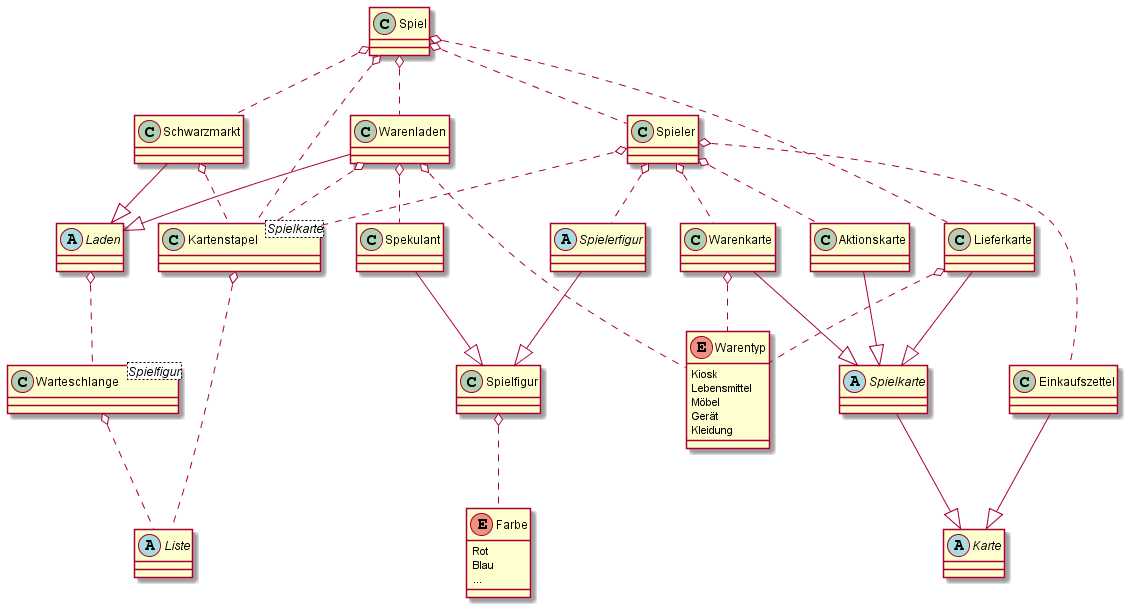
This is docs/diagrams/out/architecture_overview/architecture_overview.png from Robintobin/Kolejka, a PlantUML export, as it was before one commit.
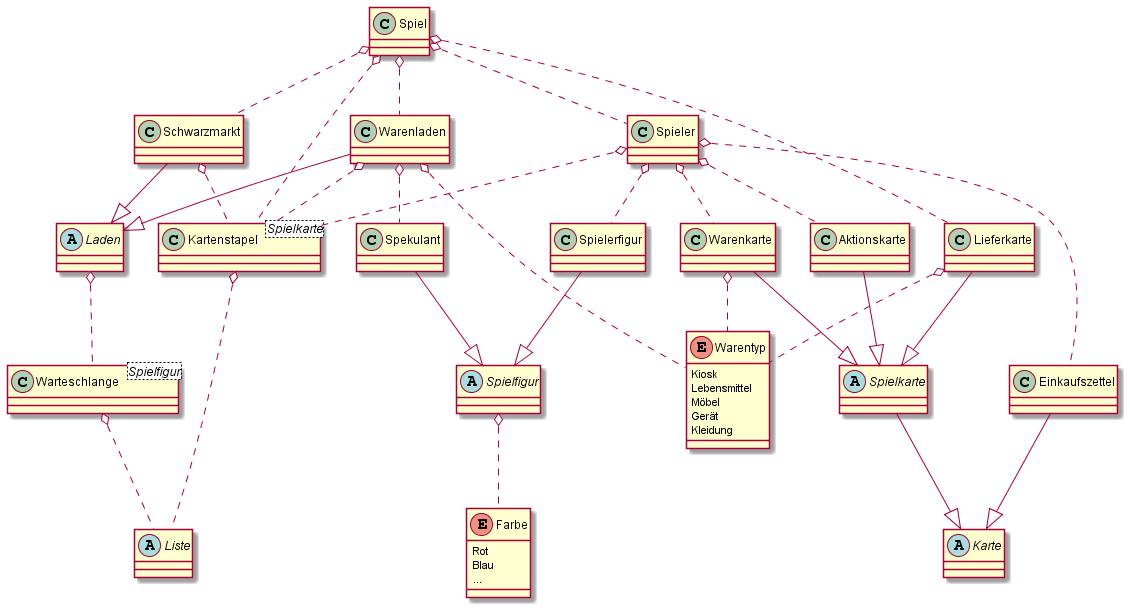
After the commit.

Commit message:
Modify UML-Diagrams

Diff of the diagram source:
```diff
@@ -3,8 +3,8 @@
 class Spiel
 class Spieler
 class Spekulant
-abstract class Spielerfigur
-class Spielfigur
+class Spielerfigur
+abstract class Spielfigur
 abstract class Liste
 class Kartenstapel<Spielkarte>
 class Warteschlange<Spielfigur>
```
